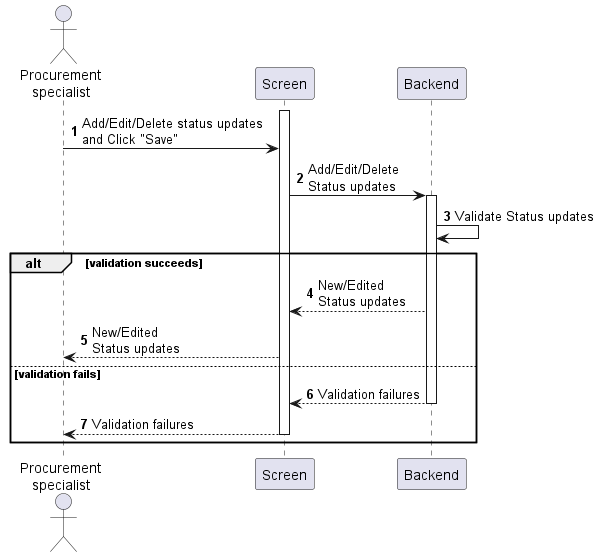
phihungha/scmss-reqs keeps this PlantUML diagram as sequences/purchase-order-update-status.png. Above is the earlier version. Its diagram source:
```plantuml
@startuml purchase-order-update-status
autonumber

actor "Procurement\nspecialist" as a
participant Screen as f
participant Backend as b

activate f
a -> f : Add/Edit/Delete status updates\nand Click "Save"
f -> b : Add/Edit/Delete\nStatus updates
activate b
b -> b : Validate Status updates

alt validation succeeds
    b --> f : New/Edited\nStatus updates
    f --> a : New/Edited\nStatus updates
else validation fails
    return Validation failures
    f --> a : Validation failures
    deactivate f
end
@enduml
```
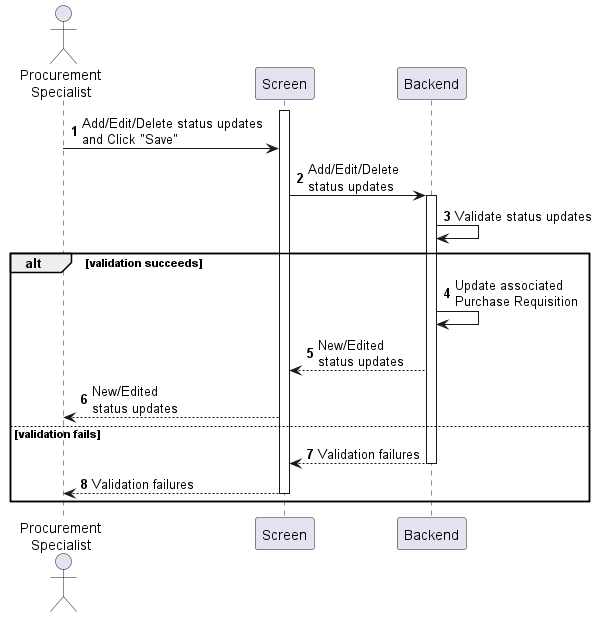
After the commit.

Diff of the diagram source:
```diff
@@ -1,19 +1,20 @@
 @startuml purchase-order-update-status
 autonumber
 
-actor "Procurement\nspecialist" as a
+actor "Procurement\nSpecialist" as a
 participant Screen as f
 participant Backend as b
 
 activate f
 a -> f : Add/Edit/Delete status updates\nand Click "Save"
-f -> b : Add/Edit/Delete\nStatus updates
+f -> b : Add/Edit/Delete\nstatus updates
 activate b
-b -> b : Validate Status updates
+b -> b : Validate status updates
 
 alt validation succeeds
-    b --> f : New/Edited\nStatus updates
-    f --> a : New/Edited\nStatus updates
+    b -> b : Update associated\nPurchase Requisition
+    b --> f : New/Edited\nstatus updates
+    f --> a : New/Edited\nstatus updates
 else validation fails
     return Validation failures
     f --> a : Validation failures
```
